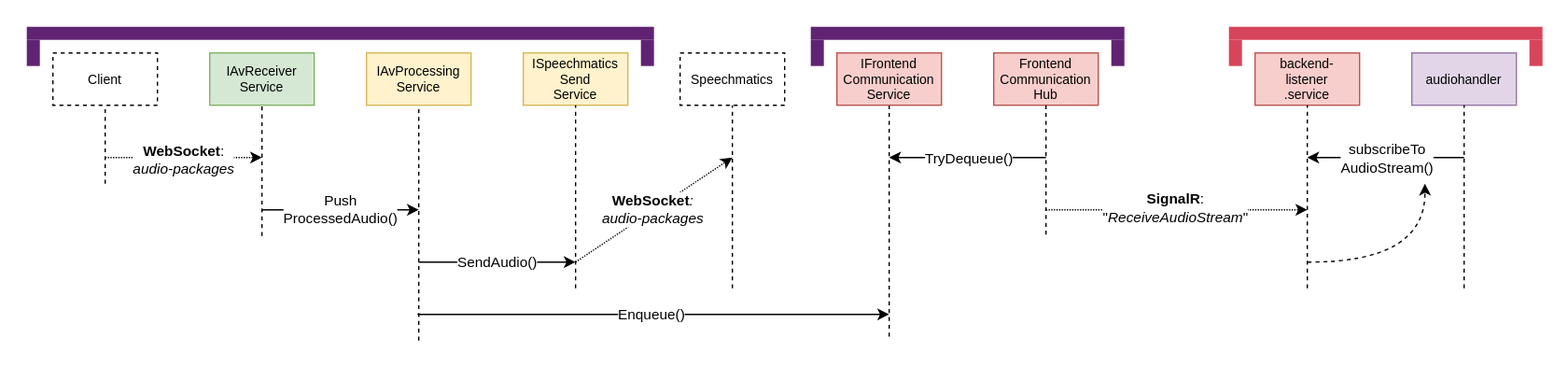
Before: TechnicalDocumentation/arc42/img/Prozess_Audio.drawio.svg, a diagram exported from draw.io (Subletic/Documentation). Source tidied: cells renumbered, new cells last; positions are measured from the earlier drawing's top-left corner, leaving out a move shared by most shapes. Source of this version:
```xml
<mxGraphModel>
  <root>
    <mxCell id="0" />
    <mxCell id="1" parent="0" />
    <mxCell id="2" style="rounded=0;whiteSpace=wrap;html=1;strokeColor=none;" parent="1" vertex="1">
      <mxGeometry width="1200" height="280" as="geometry" />
    </mxCell>
    <mxCell id="3" value="Client" style="rounded=0;whiteSpace=wrap;html=1;fillColor=none;fontSize=10;strokeColor=#000000;dashed=1;" parent="1" vertex="1">
      <mxGeometry x="40" y="40" width="80" height="40" as="geometry" />
    </mxCell>
    <mxCell id="4" style="endArrow=none;html=1;rounded=0;dashed=1;entryX=0.5;entryY=1;entryDx=0;entryDy=0;" parent="1" edge="1" target="3">
      <mxGeometry relative="1" as="geometry">
        <mxPoint x="80" y="140" as="sourcePoint" />
      </mxGeometry>
    </mxCell>
    <mxCell id="5" value="IAvReceiver&lt;br&gt;Service" style="rounded=0;whiteSpace=wrap;html=1;fillColor=#d5e8d4;fontSize=10;strokeColor=#82b366;" parent="1" vertex="1">
      <mxGeometry x="160" y="40" width="80" height="40" as="geometry" />
    </mxCell>
    <mxCell id="6" style="endArrow=none;html=1;rounded=0;dashed=1;entryX=0.5;entryY=1;entryDx=0;entryDy=0;" parent="1" edge="1" target="5">
      <mxGeometry relative="1" as="geometry">
        <mxPoint x="200" y="180" as="sourcePoint" />
      </mxGeometry>
    </mxCell>
    <mxCell id="7" style="endArrow=classic;html=1;rounded=0;dashed=1;dashPattern=1 1;" parent="1" edge="1">
      <mxGeometry relative="1" as="geometry">
        <mxPoint x="80" y="120" as="sourcePoint" />
        <mxPoint x="200" y="120" as="targetPoint" />
      </mxGeometry>
    </mxCell>
    <mxCell id="8" value="&lt;b&gt;WebSocket&lt;/b&gt;:&lt;br&gt;&lt;i&gt;audio-packages&lt;/i&gt;" style="edgeLabel;html=1;align=center;verticalAlign=middle;" parent="7" vertex="1">
      <mxGeometry x="-0.02" y="-1" relative="1" as="geometry" />
    </mxCell>
    <mxCell id="9" value="IAvProcessing&lt;br&gt;Service" style="rounded=0;whiteSpace=wrap;html=1;fillColor=#fff2cc;fontSize=10;strokeColor=#d6b656;" parent="1" vertex="1">
      <mxGeometry x="280" y="40" width="80" height="40" as="geometry" />
    </mxCell>
    <mxCell id="10" style="endArrow=none;html=1;rounded=0;dashed=1;entryX=0.5;entryY=1;entryDx=0;entryDy=0;" parent="1" edge="1" target="9">
      <mxGeometry relative="1" as="geometry">
        <mxPoint x="320" y="260" as="sourcePoint" />
      </mxGeometry>
    </mxCell>
    <mxCell id="11" style="endArrow=classic;html=1;rounded=0;" parent="1" edge="1">
      <mxGeometry relative="1" as="geometry">
        <mxPoint x="200" y="160" as="sourcePoint" />
        <mxPoint x="320" y="160" as="targetPoint" />
      </mxGeometry>
    </mxCell>
    <mxCell id="12" value="Push&lt;br&gt;ProcessedAudio()" style="edgeLabel;html=1;align=center;verticalAlign=middle;" parent="11" vertex="1">
      <mxGeometry x="-0.01" y="1" relative="1" as="geometry" />
    </mxCell>
    <mxCell id="13" value="ISpeechmatics&lt;br&gt;Send&lt;br&gt;Service" style="rounded=0;whiteSpace=wrap;html=1;fillColor=#fff2cc;fontSize=10;strokeColor=#d6b656;" parent="1" vertex="1">
      <mxGeometry x="400" y="40" width="80" height="40" as="geometry" />
    </mxCell>
    <mxCell id="14" style="endArrow=none;html=1;rounded=0;dashed=1;entryX=0.5;entryY=1;entryDx=0;entryDy=0;" parent="1" edge="1" target="13">
      <mxGeometry relative="1" as="geometry">
        <mxPoint x="440" y="220" as="sourcePoint" />
      </mxGeometry>
    </mxCell>
    <mxCell id="15" style="endArrow=classic;html=1;rounded=0;" parent="1" edge="1">
      <mxGeometry relative="1" as="geometry">
        <mxPoint x="320" y="200" as="sourcePoint" />
        <mxPoint x="440" y="200" as="targetPoint" />
      </mxGeometry>
    </mxCell>
    <mxCell id="16" value="SendAudio()" style="edgeLabel;html=1;align=center;verticalAlign=middle;" parent="15" vertex="1">
      <mxGeometry x="-0.01" y="1" relative="1" as="geometry" />
    </mxCell>
    <mxCell id="17" value="backend-&lt;br&gt;listener&lt;br&gt;.service" style="rounded=0;whiteSpace=wrap;html=1;fillColor=#f8cecc;fontSize=10;strokeColor=#b85450;" parent="1" vertex="1">
      <mxGeometry x="960" y="40" width="80" height="40" as="geometry" />
    </mxCell>
    <mxCell id="18" style="endArrow=none;html=1;rounded=0;dashed=1;entryX=0.5;entryY=1;entryDx=0;entryDy=0;" parent="1" edge="1" target="17">
      <mxGeometry relative="1" as="geometry">
        <mxPoint x="1000" y="220" as="sourcePoint" />
      </mxGeometry>
    </mxCell>
    <mxCell id="19" value="audiohandler" style="rounded=0;whiteSpace=wrap;html=1;fillColor=#e1d5e7;fontSize=10;strokeColor=#9673a6;" parent="1" vertex="1">
      <mxGeometry x="1080" y="40" width="80" height="40" as="geometry" />
    </mxCell>
    <mxCell id="20" style="endArrow=none;html=1;rounded=0;dashed=1;entryX=0.5;entryY=1;entryDx=0;entryDy=0;" parent="1" edge="1" target="19">
      <mxGeometry relative="1" as="geometry">
        <mxPoint x="1120" y="220" as="sourcePoint" />
      </mxGeometry>
    </mxCell>
    <mxCell id="21" style="endArrow=classic;html=1;rounded=0;" parent="1" edge="1">
      <mxGeometry relative="1" as="geometry">
        <mxPoint x="1120" y="120" as="sourcePoint" />
        <mxPoint x="1000" y="120" as="targetPoint" />
      </mxGeometry>
    </mxCell>
    <mxCell id="22" value="subscribeTo&lt;br&gt;AudioStream()" style="edgeLabel;html=1;align=center;verticalAlign=middle;" parent="21" vertex="1">
      <mxGeometry x="-0.01" y="1" relative="1" as="geometry">
        <mxPoint x="-1" y="-1" as="offset" />
      </mxGeometry>
    </mxCell>
    <mxCell id="23" style="rounded=0;whiteSpace=wrap;html=1;strokeColor=none;fillColor=#602373;" parent="1" vertex="1">
      <mxGeometry x="20" y="30" width="10" height="20" as="geometry" />
    </mxCell>
    <mxCell id="24" style="rounded=0;whiteSpace=wrap;html=1;strokeColor=none;fillColor=#602373;" parent="1" vertex="1">
      <mxGeometry x="20" y="20" width="480" height="10" as="geometry" />
    </mxCell>
    <mxCell id="25" style="rounded=0;whiteSpace=wrap;html=1;strokeColor=none;fillColor=#602373;" parent="1" vertex="1">
      <mxGeometry x="490" y="30" width="10" height="20" as="geometry" />
    </mxCell>
    <mxCell id="26" style="rounded=0;whiteSpace=wrap;html=1;strokeColor=none;fillColor=#d7455a;" parent="1" vertex="1">
      <mxGeometry x="940" y="30" width="10" height="20" as="geometry" />
    </mxCell>
    <mxCell id="27" style="rounded=0;whiteSpace=wrap;html=1;strokeColor=none;fillColor=#d7455a;" parent="1" vertex="1">
      <mxGeometry x="940" y="20" width="240" height="10" as="geometry" />
    </mxCell>
    <mxCell id="28" style="rounded=0;whiteSpace=wrap;html=1;strokeColor=none;fillColor=#d7455a;" parent="1" vertex="1">
      <mxGeometry x="1170" y="30" width="10" height="20" as="geometry" />
    </mxCell>
    <mxCell id="29" style="edgeStyle=orthogonalEdgeStyle;rounded=0;jettySize=auto;html=1;exitX=0.5;exitY=1;exitDx=0;exitDy=0;dashed=1;endArrow=none;endFill=0;" parent="1" edge="1" source="30">
      <mxGeometry relative="1" as="geometry">
        <mxPoint x="680" y="260" as="targetPoint" />
      </mxGeometry>
    </mxCell>
    <mxCell id="30" value="IFrontend&lt;br&gt;Communication&lt;br&gt;Service" style="rounded=0;whiteSpace=wrap;html=1;fillColor=#f8cecc;fontSize=10;strokeColor=#b85450;" parent="1" vertex="1">
      <mxGeometry x="640" y="40" width="80" height="40" as="geometry" />
    </mxCell>
    <mxCell id="31" style="endArrow=classic;html=1;rounded=0;" parent="1" edge="1">
      <mxGeometry relative="1" as="geometry">
        <mxPoint x="319" y="240" as="sourcePoint" />
        <mxPoint x="680" y="240" as="targetPoint" />
      </mxGeometry>
    </mxCell>
    <mxCell id="32" value="Enqueue()" style="edgeLabel;html=1;align=center;verticalAlign=middle;" parent="31" vertex="1">
      <mxGeometry x="-0.01" y="1" relative="1" as="geometry" />
    </mxCell>
    <mxCell id="33" value="Speechmatics" style="rounded=0;whiteSpace=wrap;html=1;fillColor=none;fontSize=10;strokeColor=#000000;dashed=1;" parent="1" vertex="1">
      <mxGeometry x="520" y="40" width="80" height="40" as="geometry" />
    </mxCell>
    <mxCell id="34" style="rounded=0;whiteSpace=wrap;html=1;strokeColor=none;fillColor=#602373;" parent="1" vertex="1">
      <mxGeometry x="620" y="30" width="10" height="20" as="geometry" />
    </mxCell>
    <mxCell id="35" style="rounded=0;whiteSpace=wrap;html=1;strokeColor=none;fillColor=#602373;" parent="1" vertex="1">
      <mxGeometry x="850" y="30" width="10" height="20" as="geometry" />
    </mxCell>
    <mxCell id="36" style="rounded=0;whiteSpace=wrap;html=1;strokeColor=none;fillColor=#602373;" parent="1" vertex="1">
      <mxGeometry x="620" y="20" width="240" height="10" as="geometry" />
    </mxCell>
    <mxCell id="37" style="endArrow=none;html=1;rounded=0;dashed=1;entryX=0.5;entryY=1;entryDx=0;entryDy=0;" parent="1" edge="1" target="33">
      <mxGeometry relative="1" as="geometry">
        <mxPoint x="560" y="220" as="sourcePoint" />
      </mxGeometry>
    </mxCell>
    <mxCell id="38" style="endArrow=classic;html=1;rounded=0;dashed=1;dashPattern=1 1;" parent="1" edge="1">
      <mxGeometry relative="1" as="geometry">
        <mxPoint x="440" y="200" as="sourcePoint" />
        <mxPoint x="560" y="120" as="targetPoint" />
      </mxGeometry>
    </mxCell>
    <mxCell id="39" value="&lt;b&gt;WebSocket&lt;/b&gt;&lt;i&gt;:&lt;br&gt;audio-packages&lt;/i&gt;" style="edgeLabel;html=1;align=center;verticalAlign=middle;" parent="38" vertex="1">
      <mxGeometry x="-0.01" y="1" relative="1" as="geometry" />
    </mxCell>
    <mxCell id="40" value="Frontend&lt;br&gt;Communication&lt;br&gt;Hub" style="rounded=0;whiteSpace=wrap;html=1;fillColor=#f8cecc;fontSize=10;strokeColor=#b85450;" parent="1" vertex="1">
      <mxGeometry x="760" y="40" width="80" height="40" as="geometry" />
    </mxCell>
    <mxCell id="41" style="edgeStyle=orthogonalEdgeStyle;rounded=0;jettySize=auto;html=1;exitX=0.5;exitY=1;exitDx=0;exitDy=0;dashed=1;endArrow=none;endFill=0;" parent="1" edge="1" source="40">
      <mxGeometry relative="1" as="geometry">
        <mxPoint x="800" y="180" as="targetPoint" />
      </mxGeometry>
    </mxCell>
    <mxCell id="42" style="endArrow=classic;html=1;rounded=0;strokeWidth=1;dashed=1;dashPattern=1 1;" parent="1" edge="1">
      <mxGeometry relative="1" as="geometry">
        <mxPoint x="800" y="160" as="sourcePoint" />
        <mxPoint x="1000" y="160" as="targetPoint" />
      </mxGeometry>
    </mxCell>
    <mxCell id="43" value="&lt;b&gt;SignalR&lt;/b&gt;:&lt;br&gt;&quot;&lt;i&gt;ReceiveAudioStream&lt;/i&gt;&quot;" style="edgeLabel;html=1;align=center;verticalAlign=middle;" parent="42" vertex="1">
      <mxGeometry x="-0.01" y="1" relative="1" as="geometry">
        <mxPoint x="-1" y="-1" as="offset" />
      </mxGeometry>
    </mxCell>
    <mxCell id="44" style="endArrow=classic;html=1;rounded=0;strokeWidth=1;" parent="1" edge="1">
      <mxGeometry relative="1" as="geometry">
        <mxPoint x="800" y="120" as="sourcePoint" />
        <mxPoint x="680" y="120" as="targetPoint" />
      </mxGeometry>
    </mxCell>
    <mxCell id="45" value="TryDequeue()" style="edgeLabel;html=1;align=center;verticalAlign=middle;" parent="44" vertex="1">
      <mxGeometry x="-0.01" y="1" relative="1" as="geometry">
        <mxPoint x="-1" y="-1" as="offset" />
      </mxGeometry>
    </mxCell>
    <mxCell id="46" style="endArrow=classic;html=1;rounded=0;edgeStyle=orthogonalEdgeStyle;curved=1;dashed=1;" parent="1" edge="1">
      <mxGeometry relative="1" as="geometry">
        <mxPoint x="1000" y="200" as="sourcePoint" />
        <mxPoint x="1090" y="140" as="targetPoint" />
      </mxGeometry>
    </mxCell>
  </root>
</mxGraphModel>
```
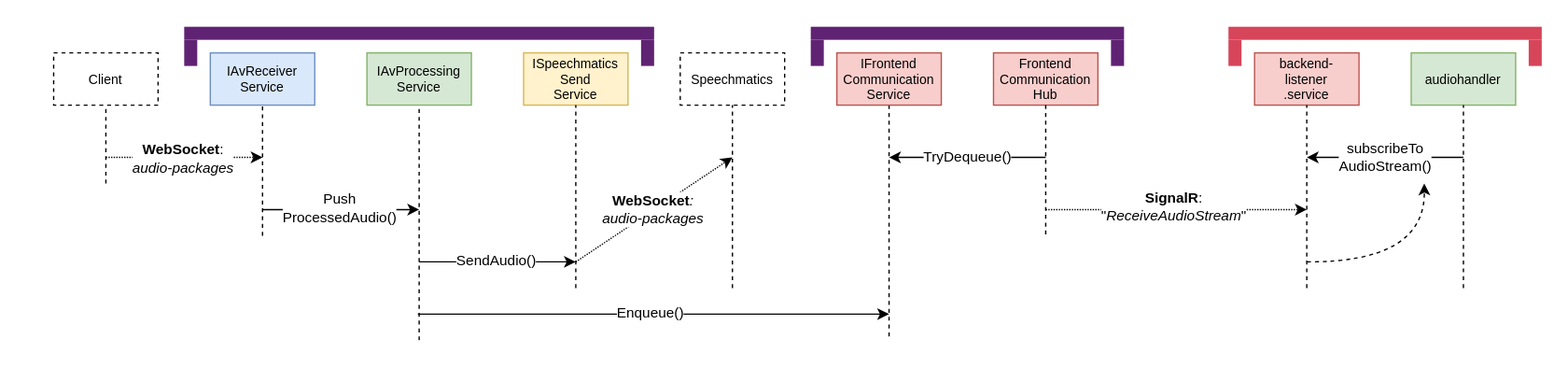
Later version of the same file.

Diff of the diagram source:
```diff
@@ -13,7 +13,7 @@
         <mxPoint x="80" y="140" as="sourcePoint" />
       </mxGeometry>
     </mxCell>
-    <mxCell id="5" value="IAvReceiver&lt;br&gt;Service" style="rounded=0;whiteSpace=wrap;html=1;fillColor=#d5e8d4;fontSize=10;strokeColor=#82b366;" parent="1" vertex="1">
+    <mxCell id="5" value="IAvReceiver&lt;br&gt;Service" style="rounded=0;whiteSpace=wrap;html=1;fillColor=#dae8fc;fontSize=10;strokeColor=#6c8ebf;" parent="1" vertex="1">
       <mxGeometry x="160" y="40" width="80" height="40" as="geometry" />
     </mxCell>
     <mxCell id="6" style="endArrow=none;html=1;rounded=0;dashed=1;entryX=0.5;entryY=1;entryDx=0;entryDy=0;" parent="1" edge="1" target="5">
@@ -30,7 +30,7 @@
     <mxCell id="8" value="&lt;b&gt;WebSocket&lt;/b&gt;:&lt;br&gt;&lt;i&gt;audio-packages&lt;/i&gt;" style="edgeLabel;html=1;align=center;verticalAlign=middle;" parent="7" vertex="1">
       <mxGeometry x="-0.02" y="-1" relative="1" as="geometry" />
     </mxCell>
-    <mxCell id="9" value="IAvProcessing&lt;br&gt;Service" style="rounded=0;whiteSpace=wrap;html=1;fillColor=#fff2cc;fontSize=10;strokeColor=#d6b656;" parent="1" vertex="1">
+    <mxCell id="9" value="IAvProcessing&lt;br&gt;Service" style="rounded=0;whiteSpace=wrap;html=1;fillColor=#d5e8d4;fontSize=10;strokeColor=#82b366;" parent="1" vertex="1">
       <mxGeometry x="280" y="40" width="80" height="40" as="geometry" />
     </mxCell>
     <mxCell id="10" style="endArrow=none;html=1;rounded=0;dashed=1;entryX=0.5;entryY=1;entryDx=0;entryDy=0;" parent="1" edge="1" target="9">
@@ -72,7 +72,7 @@
         <mxPoint x="1000" y="220" as="sourcePoint" />
       </mxGeometry>
     </mxCell>
-    <mxCell id="19" value="audiohandler" style="rounded=0;whiteSpace=wrap;html=1;fillColor=#e1d5e7;fontSize=10;strokeColor=#9673a6;" parent="1" vertex="1">
+    <mxCell id="19" value="audiohandler" style="rounded=0;whiteSpace=wrap;html=1;fillColor=#d5e8d4;fontSize=10;strokeColor=#82b366;" parent="1" vertex="1">
       <mxGeometry x="1080" y="40" width="80" height="40" as="geometry" />
     </mxCell>
     <mxCell id="20" style="endArrow=none;html=1;rounded=0;dashed=1;entryX=0.5;entryY=1;entryDx=0;entryDy=0;" parent="1" edge="1" target="19">
@@ -92,10 +92,10 @@
       </mxGeometry>
     </mxCell>
     <mxCell id="23" style="rounded=0;whiteSpace=wrap;html=1;strokeColor=none;fillColor=#602373;" parent="1" vertex="1">
-      <mxGeometry x="20" y="30" width="10" height="20" as="geometry" />
+      <mxGeometry x="140" y="30" width="10" height="20" as="geometry" />
     </mxCell>
     <mxCell id="24" style="rounded=0;whiteSpace=wrap;html=1;strokeColor=none;fillColor=#602373;" parent="1" vertex="1">
-      <mxGeometry x="20" y="20" width="480" height="10" as="geometry" />
+      <mxGeometry x="140" y="20" width="360" height="10" as="geometry" />
     </mxCell>
     <mxCell id="25" style="rounded=0;whiteSpace=wrap;html=1;strokeColor=none;fillColor=#602373;" parent="1" vertex="1">
       <mxGeometry x="490" y="30" width="10" height="20" as="geometry" />
```
